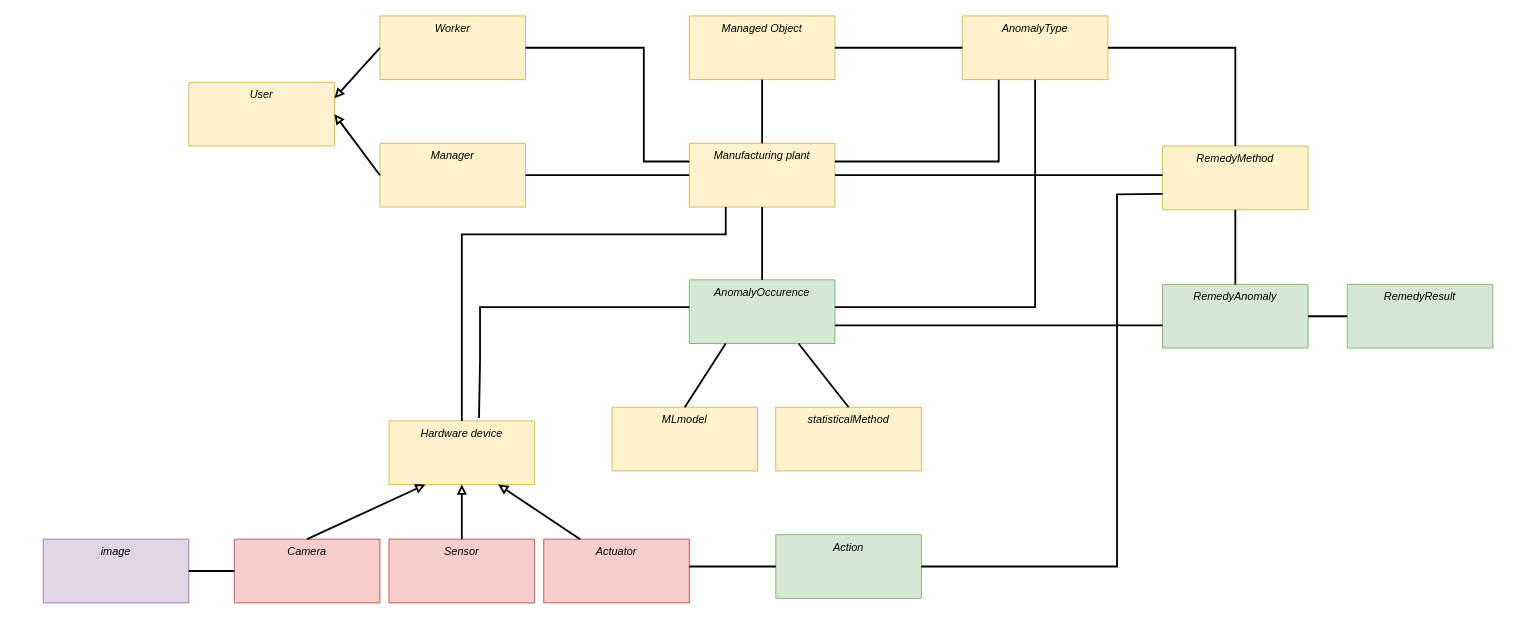
ShineSoYoung/TEST keeps this draw.io diagram as aa_classdiagram.drawio. Above is the earlier version. Source tidied: cells renumbered, new cells numbered last; positions are measured from the earlier drawing's top-left corner, leaving out a move shared by most shapes. Both pictures are drawn from the tidied source at 91%, with x=0, y=0 at pixel (43, 15).
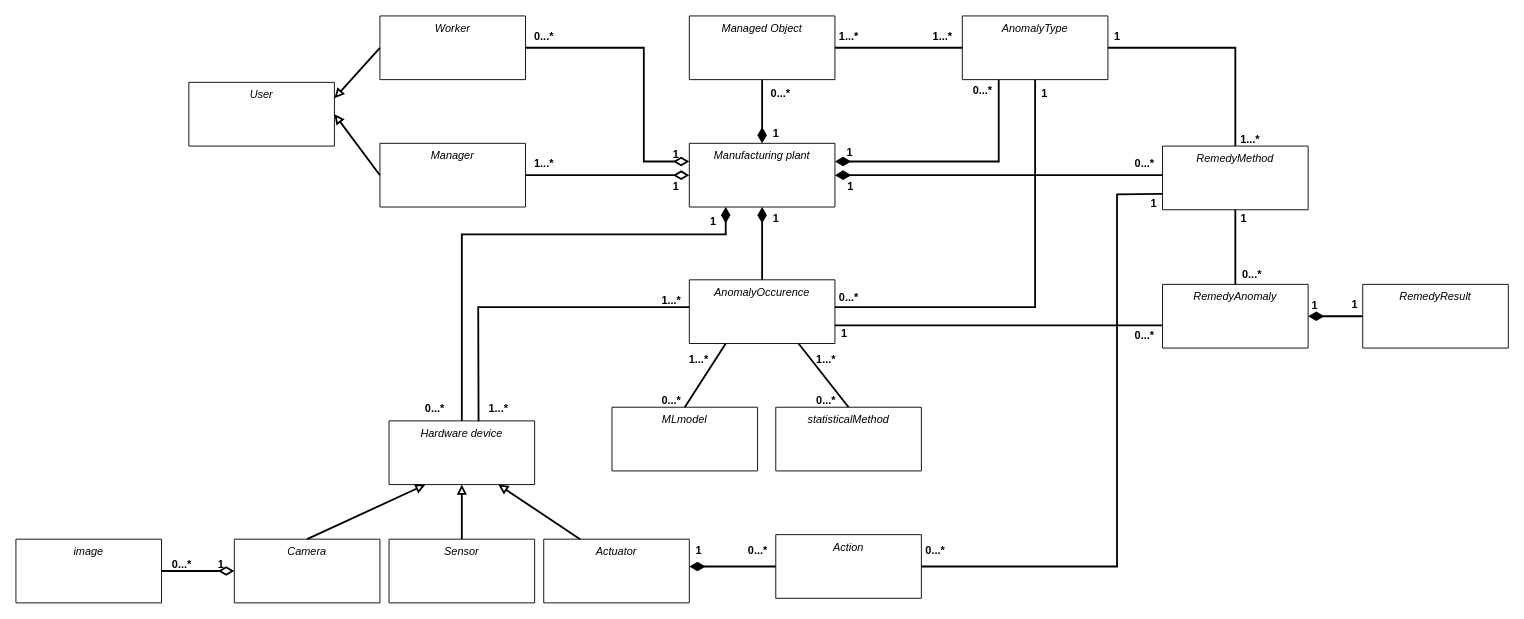
The same page after the edit.

What changed in the source:
```diff
@@
-    <mxCell id="2" value="Manufacturing plant" style="swimlane;fontStyle=2;align=center;verticalAlign=top;horizontal=1;startSize=70;rounded=0;shadow=0;strokeWidth=1;fillColor=#fff2cc;strokeColor=#d6b656;" parent="1" vertex="1">
+    <mxCell id="2" value="Manufacturing plant" style="swimlane;fontStyle=2;align=center;verticalAlign=top;horizontal=1;startSize=70;rounded=0;shadow=0;strokeWidth=1;" parent="1" vertex="1">
       <mxGeometry x="710" y="140" width="160" height="70" as="geometry" />
     </mxCell>
-    <mxCell id="3" value="Hardware device" style="swimlane;fontStyle=2;align=center;verticalAlign=top;horizontal=1;startSize=70;rounded=0;shadow=0;strokeWidth=1;fillColor=#fff2cc;strokeColor=#d6b656;" parent="1" vertex="1">
+    <mxCell id="3" value="Hardware device" style="swimlane;fontStyle=2;align=center;verticalAlign=top;horizontal=1;startSize=70;rounded=0;shadow=0;strokeWidth=1;" parent="1" vertex="1">
       <mxGeometry x="380" y="445" width="160" height="70" as="geometry" />
     </mxCell>
-    <mxCell id="4" value="Managed Object" style="swimlane;fontStyle=2;align=center;verticalAlign=top;horizontal=1;startSize=70;rounded=0;shadow=0;strokeWidth=1;fillColor=#fff2cc;strokeColor=#d6b656;" parent="1" vertex="1">
+    <mxCell id="4" value="Managed Object" style="swimlane;fontStyle=2;align=center;verticalAlign=top;horizontal=1;startSize=70;rounded=0;shadow=0;strokeWidth=1;" parent="1" vertex="1">
       <mxGeometry x="710" width="160" height="70" as="geometry" />
     </mxCell>
-    <mxCell id="5" value="Worker" style="swimlane;fontStyle=2;align=center;verticalAlign=top;horizontal=1;startSize=70;rounded=0;shadow=0;strokeWidth=1;fillColor=#fff2cc;strokeColor=#d6b656;" parent="1" vertex="1">
+    <mxCell id="5" value="Worker" style="swimlane;fontStyle=2;align=center;verticalAlign=top;horizontal=1;startSize=70;rounded=0;shadow=0;strokeWidth=1;" parent="1" vertex="1">
       <mxGeometry x="370" width="160" height="70" as="geometry" />
     </mxCell>
-    <mxCell id="6" value="Manager" style="swimlane;fontStyle=2;align=center;verticalAlign=top;horizontal=1;startSize=70;rounded=0;shadow=0;strokeWidth=1;fillColor=#fff2cc;strokeColor=#d6b656;" parent="1" vertex="1">
+    <mxCell id="6" value="Manager" style="swimlane;fontStyle=2;align=center;verticalAlign=top;horizontal=1;startSize=70;rounded=0;shadow=0;strokeWidth=1;" parent="1" vertex="1">
       <mxGeometry x="370" y="140" width="160" height="70" as="geometry" />
     </mxCell>
-    <mxCell id="7" value="AnomalyType" style="swimlane;fontStyle=2;align=center;verticalAlign=top;horizontal=1;startSize=70;rounded=0;shadow=0;strokeWidth=1;fillColor=#fff2cc;strokeColor=#d6b656;" parent="1" vertex="1">
+    <mxCell id="7" value="AnomalyType" style="swimlane;fontStyle=2;align=center;verticalAlign=top;horizontal=1;startSize=70;rounded=0;shadow=0;strokeWidth=1;" parent="1" vertex="1">
       <mxGeometry x="1010" width="160" height="70" as="geometry" />
     </mxCell>
-    <mxCell id="8" value="RemedyMethod" style="swimlane;fontStyle=2;align=center;verticalAlign=top;horizontal=1;startSize=70;rounded=0;shadow=0;strokeWidth=1;fillColor=#fff2cc;strokeColor=#d6b656;" parent="1" vertex="1">
+    <mxCell id="8" value="RemedyMethod" style="swimlane;fontStyle=2;align=center;verticalAlign=top;horizontal=1;startSize=70;rounded=0;shadow=0;strokeWidth=1;" parent="1" vertex="1">
       <mxGeometry x="1230" y="143" width="160" height="70" as="geometry" />
     </mxCell>
-    <mxCell id="9" value="AnomalyOccurence" style="swimlane;fontStyle=2;align=center;verticalAlign=top;horizontal=1;startSize=70;rounded=0;shadow=0;strokeWidth=1;fillColor=#d5e8d4;strokeColor=#82b366;" parent="1" vertex="1">
+    <mxCell id="9" value="AnomalyOccurence" style="swimlane;fontStyle=2;align=center;verticalAlign=top;horizontal=1;startSize=70;rounded=0;shadow=0;strokeWidth=1;" parent="1" vertex="1">
       <mxGeometry x="710" y="290" width="160" height="70" as="geometry" />
     </mxCell>
-    <mxCell id="10" value="Camera" style="swimlane;fontStyle=2;align=center;verticalAlign=top;horizontal=1;startSize=70;rounded=0;shadow=0;strokeWidth=1;fillColor=#f8cecc;strokeColor=#b85450;" parent="1" vertex="1">
+    <mxCell id="10" value="Camera" style="swimlane;fontStyle=2;align=center;verticalAlign=top;horizontal=1;startSize=70;rounded=0;shadow=0;strokeWidth=1;" parent="1" vertex="1">
       <mxGeometry x="210" y="575" width="160" height="70" as="geometry" />
     </mxCell>
-    <mxCell id="11" value="Sensor" style="swimlane;fontStyle=2;align=center;verticalAlign=top;horizontal=1;startSize=70;rounded=0;shadow=0;strokeWidth=1;fillColor=#f8cecc;strokeColor=#b85450;" parent="1" vertex="1">
+    <mxCell id="11" value="Sensor" style="swimlane;fontStyle=2;align=center;verticalAlign=top;horizontal=1;startSize=70;rounded=0;shadow=0;strokeWidth=1;" parent="1" vertex="1">
       <mxGeometry x="380" y="575" width="160" height="70" as="geometry" />
     </mxCell>
-    <mxCell id="12" value="Actuator" style="swimlane;fontStyle=2;align=center;verticalAlign=top;horizontal=1;startSize=70;rounded=0;shadow=0;strokeWidth=1;fillColor=#f8cecc;strokeColor=#b85450;" parent="1" vertex="1">
+    <mxCell id="12" value="Actuator" style="swimlane;fontStyle=2;align=center;verticalAlign=top;horizontal=1;startSize=70;rounded=0;shadow=0;strokeWidth=1;" parent="1" vertex="1">
       <mxGeometry x="550" y="575" width="160" height="70" as="geometry" />
     </mxCell>
-    <mxCell id="13" value="RemedyAnomaly" style="swimlane;fontStyle=2;align=center;verticalAlign=top;horizontal=1;startSize=70;rounded=0;shadow=0;strokeWidth=1;fillColor=#d5e8d4;strokeColor=#82b366;" parent="1" vertex="1">
+    <mxCell id="13" value="RemedyAnomaly" style="swimlane;fontStyle=2;align=center;verticalAlign=top;horizontal=1;startSize=70;rounded=0;shadow=0;strokeWidth=1;" parent="1" vertex="1">
       <mxGeometry x="1230" y="295" width="160" height="70" as="geometry" />
     </mxCell>
-    <mxCell id="14" value="RemedyResult" style="swimlane;fontStyle=2;align=center;verticalAlign=top;horizontal=1;startSize=70;rounded=0;shadow=0;strokeWidth=1;fillColor=#d5e8d4;strokeColor=#82b366;" parent="1" vertex="1">
-      <mxGeometry x="1433" y="295" width="160" height="70" as="geometry" />
+    <mxCell id="14" value="RemedyResult" style="swimlane;fontStyle=2;align=center;verticalAlign=top;horizontal=1;startSize=70;rounded=0;shadow=0;strokeWidth=1;" parent="1" vertex="1">
+      <mxGeometry x="1450" y="295" width="160" height="70" as="geometry" />
     </mxCell>
@@
-    <mxCell id="18" value="statisticalMethod" style="swimlane;fontStyle=2;align=center;verticalAlign=top;horizontal=1;startSize=70;rounded=0;shadow=0;strokeWidth=1;fillColor=#fff2cc;strokeColor=#d6b656;" parent="1" vertex="1">
+    <mxCell id="18" value="statisticalMethod" style="swimlane;fontStyle=2;align=center;verticalAlign=top;horizontal=1;startSize=70;rounded=0;shadow=0;strokeWidth=1;" parent="1" vertex="1">
       <mxGeometry x="805" y="430" width="160" height="70" as="geometry" />
     </mxCell>
-    <mxCell id="19" style="endArrow=none;html=1;rounded=0;entryX=0.25;entryY=1;entryDx=0;entryDy=0;strokeWidth=2;" parent="1" edge="1" source="3" target="2">
+    <mxCell id="19" style="endArrow=diamondThin;html=1;rounded=0;entryX=0.25;entryY=1;entryDx=0;entryDy=0;strokeWidth=2;endFill=1;endSize=12;" parent="1" edge="1" source="3" target="2">
       <mxGeometry relative="1" as="geometry">
         <Array as="points">
           <mxPoint x="460" y="240" />
           <mxPoint x="750" y="240" />
         </Array>
       </mxGeometry>
     </mxCell>
-    <mxCell id="20" style="endArrow=none;html=1;rounded=0;entryX=1;entryY=0.5;entryDx=0;entryDy=0;strokeWidth=2;" parent="1" edge="1" target="2">
+    <mxCell id="20" style="endArrow=diamondThin;html=1;rounded=0;entryX=1;entryY=0.5;entryDx=0;entryDy=0;strokeWidth=2;endFill=1;endSize=12;" parent="1" edge="1" target="2">
       <mxGeometry relative="1" as="geometry">
         <mxPoint x="1230" y="175" as="sourcePoint" />
       </mxGeometry>
     </mxCell>
@@
-    <mxCell id="22" style="endArrow=none;html=1;rounded=0;entryX=1;entryY=0.5;entryDx=0;entryDy=0;strokeWidth=2;" parent="1" edge="1" target="5">
+    <mxCell id="22" style="endArrow=none;html=1;rounded=0;entryX=1;entryY=0.5;entryDx=0;entryDy=0;strokeWidth=2;startArrow=diamondThin;startFill=0;startSize=12;" parent="1" edge="1" target="5">
       <mxGeometry relative="1" as="geometry">
         <mxPoint x="710" y="160" as="sourcePoint" />
         <Array as="points">
           <mxPoint x="660" y="160" />
           <mxPoint x="660" y="35" />
         </Array>
       </mxGeometry>
     </mxCell>
-    <mxCell id="23" style="endArrow=none;html=1;rounded=0;strokeWidth=2;exitX=0.618;exitY=-0.044;exitDx=0;exitDy=0;exitPerimeter=0;" parent="1" edge="1" source="3">
+    <mxCell id="23" style="endArrow=none;html=1;rounded=0;strokeWidth=2;exitX=0.615;exitY=0.005;exitDx=0;exitDy=0;exitPerimeter=0;" parent="1" edge="1" source="3">
       <mxGeometry relative="1" as="geometry">
         <mxPoint x="710" y="320" as="targetPoint" />
         <Array as="points">
-          <mxPoint x="480" y="380" />
-          <mxPoint x="480" y="320" />
+          <mxPoint x="478" y="320" />
         </Array>
       </mxGeometry>
     </mxCell>
@@
-    <mxCell id="25" style="endArrow=none;html=1;rounded=0;entryX=0;entryY=0.5;entryDx=0;entryDy=0;strokeWidth=2;exitX=1;exitY=0.5;exitDx=0;exitDy=0;" parent="1" edge="1" source="13" target="14">
+    <mxCell id="25" style="endArrow=none;html=1;rounded=0;entryX=0;entryY=0.5;entryDx=0;entryDy=0;strokeWidth=2;exitX=1;exitY=0.5;exitDx=0;exitDy=0;startArrow=diamondThin;startFill=1;endSize=12;startSize=12;" parent="1" edge="1" source="13" target="14">
       <mxGeometry relative="1" as="geometry" />
     </mxCell>
-    <mxCell id="26" style="endArrow=none;html=1;rounded=0;strokeWidth=2;entryX=0.25;entryY=1;entryDx=0;entryDy=0;" parent="1" edge="1" target="7">
+    <mxCell id="26" style="endArrow=none;html=1;rounded=0;strokeWidth=2;entryX=0.25;entryY=1;entryDx=0;entryDy=0;endFill=0;endSize=12;startArrow=diamondThin;startFill=1;startSize=12;" parent="1" edge="1" target="7">
       <mxGeometry relative="1" as="geometry">
         <mxPoint x="870" y="160" as="sourcePoint" />
         <Array as="points">
           <mxPoint x="1050" y="160" />
         </Array>
       </mxGeometry>
     </mxCell>
@@
-    <mxCell id="29" style="endArrow=none;html=1;rounded=0;strokeWidth=2;exitX=0.5;exitY=1;exitDx=0;exitDy=0;entryX=0.5;entryY=0;entryDx=0;entryDy=0;" parent="1" edge="1" source="4" target="2">
+    <mxCell id="29" style="endArrow=diamondThin;html=1;rounded=0;strokeWidth=2;exitX=0.5;exitY=1;exitDx=0;exitDy=0;entryX=0.5;entryY=0;entryDx=0;entryDy=0;endFill=1;endSize=12;" parent="1" edge="1" source="4" target="2">
       <mxGeometry relative="1" as="geometry">
         <Array as="points">
           <mxPoint x="790" y="130" />
         </Array>
       </mxGeometry>
     </mxCell>
-    <mxCell id="30" style="endArrow=none;html=1;rounded=0;entryX=1;entryY=0.5;entryDx=0;entryDy=0;strokeWidth=2;exitX=0;exitY=0.5;exitDx=0;exitDy=0;" parent="1" edge="1" source="2" target="6">
+    <mxCell id="30" style="endArrow=none;html=1;rounded=0;entryX=1;entryY=0.5;entryDx=0;entryDy=0;strokeWidth=2;exitX=0;exitY=0.5;exitDx=0;exitDy=0;endFill=0;startArrow=diamondThin;startFill=0;endSize=12;startSize=12;" parent="1" edge="1" source="2" target="6">
       <mxGeometry relative="1" as="geometry" />
     </mxCell>
-    <mxCell id="31" value="MLmodel" style="swimlane;fontStyle=2;align=center;verticalAlign=top;horizontal=1;startSize=70;rounded=0;shadow=0;strokeWidth=1;fillColor=#fff2cc;strokeColor=#d6b656;" parent="1" vertex="1">
+    <mxCell id="31" value="MLmodel" style="swimlane;fontStyle=2;align=center;verticalAlign=top;horizontal=1;startSize=70;rounded=0;shadow=0;strokeWidth=1;" parent="1" vertex="1">
       <mxGeometry x="625" y="430" width="160" height="70" as="geometry" />
     </mxCell>
@@
-    <mxCell id="33" style="endArrow=none;html=1;rounded=0;strokeWidth=2;entryX=0.5;entryY=0;entryDx=0;entryDy=0;" parent="1" edge="1" source="2" target="9">
+    <mxCell id="33" style="endArrow=none;html=1;rounded=0;strokeWidth=2;entryX=0.5;entryY=0;entryDx=0;entryDy=0;endFill=0;startArrow=diamondThin;startFill=1;startSize=12;" parent="1" edge="1" source="2" target="9">
       <mxGeometry relative="1" as="geometry" />
     </mxCell>
@@
-    <mxCell id="35" value="User" style="swimlane;fontStyle=2;align=center;verticalAlign=top;horizontal=1;startSize=70;rounded=0;shadow=0;strokeWidth=1;fillColor=#fff2cc;strokeColor=#d6b656;" parent="1" vertex="1">
+    <mxCell id="35" value="User" style="swimlane;fontStyle=2;align=center;verticalAlign=top;horizontal=1;startSize=70;rounded=0;shadow=0;strokeWidth=1;" parent="1" vertex="1">
       <mxGeometry x="160" y="73" width="160" height="70" as="geometry" />
     </mxCell>
@@
-    <mxCell id="39" value="image" style="swimlane;fontStyle=2;align=center;verticalAlign=top;horizontal=1;startSize=70;rounded=0;shadow=0;strokeWidth=1;fillColor=#e1d5e7;strokeColor=#9673a6;" parent="1" vertex="1">
-      <mxGeometry y="575" width="160" height="70" as="geometry" />
+    <mxCell id="39" value="image" style="swimlane;fontStyle=2;align=center;verticalAlign=top;horizontal=1;startSize=70;rounded=0;shadow=0;strokeWidth=1;" parent="1" vertex="1">
+      <mxGeometry x="-30" y="575" width="160" height="70" as="geometry" />
     </mxCell>
-    <mxCell id="40" style="endArrow=none;html=1;rounded=0;strokeWidth=2;exitX=1;exitY=0.5;exitDx=0;exitDy=0;entryX=0;entryY=0.5;entryDx=0;entryDy=0;" parent="1" edge="1" source="39" target="10">
+    <mxCell id="40" style="endArrow=diamondThin;html=1;rounded=0;strokeWidth=2;exitX=1;exitY=0.5;exitDx=0;exitDy=0;entryX=0;entryY=0.5;entryDx=0;entryDy=0;endFill=0;endSize=12;" parent="1" edge="1" source="39" target="10">
       <mxGeometry relative="1" as="geometry" />
     </mxCell>
-    <mxCell id="41" value="Action" style="swimlane;fontStyle=2;align=center;verticalAlign=top;horizontal=1;startSize=70;rounded=0;shadow=0;strokeWidth=1;fillColor=#d5e8d4;strokeColor=#82b366;" parent="1" vertex="1">
+    <mxCell id="41" value="Action" style="swimlane;fontStyle=2;align=center;verticalAlign=top;horizontal=1;startSize=70;rounded=0;shadow=0;strokeWidth=1;" parent="1" vertex="1">
       <mxGeometry x="805" y="570" width="160" height="70" as="geometry" />
     </mxCell>
-    <mxCell id="42" style="endArrow=none;html=1;rounded=0;strokeWidth=2;entryX=0;entryY=0.5;entryDx=0;entryDy=0;" parent="1" edge="1" target="41">
+    <mxCell id="42" style="endArrow=none;html=1;rounded=0;strokeWidth=2;entryX=0;entryY=0.5;entryDx=0;entryDy=0;startArrow=diamondThin;startFill=1;endSize=12;startSize=12;" parent="1" edge="1" target="41">
       <mxGeometry relative="1" as="geometry">
         <mxPoint x="710" y="605" as="sourcePoint" />
         <Array as="points">
           <mxPoint x="780" y="605" />
         </Array>
       </mxGeometry>
     </mxCell>
@@
+    <mxCell id="44" value="0...*" style="text;align=center;fontStyle=1;verticalAlign=middle;spacingLeft=3;spacingRight=3;html=1;" parent="1" vertex="1">
+      <mxGeometry x="390" y="419" width="80" height="26" as="geometry" />
+    </mxCell>
+    <mxCell id="45" value="1" style="text;align=center;fontStyle=1;verticalAlign=middle;spacingLeft=3;spacingRight=3;html=1;" parent="1" vertex="1">
+      <mxGeometry x="721" y="213" width="30" height="26" as="geometry" />
+    </mxCell>
+    <mxCell id="46" value="1...*" style="text;align=center;fontStyle=1;verticalAlign=middle;spacingLeft=3;spacingRight=3;html=1;" parent="1" vertex="1">
+      <mxGeometry x="460" y="419" width="80" height="26" as="geometry" />
+    </mxCell>
+    <mxCell id="47" value="1...*" style="text;align=center;fontStyle=1;verticalAlign=middle;spacingLeft=3;spacingRight=3;html=1;" parent="1" vertex="1">
+      <mxGeometry x="650" y="300" width="80" height="26" as="geometry" />
+    </mxCell>
+    <mxCell id="48" value="0...*" style="text;align=center;fontStyle=1;verticalAlign=middle;spacingLeft=3;spacingRight=3;html=1;" parent="1" vertex="1">
+      <mxGeometry x="650" y="410" width="80" height="26" as="geometry" />
+    </mxCell>
+    <mxCell id="49" value="0...*" style="text;align=center;fontStyle=1;verticalAlign=middle;spacingLeft=3;spacingRight=3;html=1;" parent="1" vertex="1">
+      <mxGeometry x="820" y="410" width="80" height="26" as="geometry" />
+    </mxCell>
+    <mxCell id="50" value="1...*" style="text;align=center;fontStyle=1;verticalAlign=middle;spacingLeft=3;spacingRight=3;html=1;" parent="1" vertex="1">
+      <mxGeometry x="680" y="365" width="80" height="26" as="geometry" />
+    </mxCell>
+    <mxCell id="51" value="1...*" style="text;align=center;fontStyle=1;verticalAlign=middle;spacingLeft=3;spacingRight=3;html=1;" parent="1" vertex="1">
+      <mxGeometry x="820" y="365" width="80" height="26" as="geometry" />
+    </mxCell>
+    <mxCell id="52" value="0...*" style="text;align=center;fontStyle=1;verticalAlign=middle;spacingLeft=3;spacingRight=3;html=1;" parent="1" vertex="1">
+      <mxGeometry x="130" y="590" width="44" height="26" as="geometry" />
+    </mxCell>
+    <mxCell id="53" value="1" style="text;align=center;fontStyle=1;verticalAlign=middle;spacingLeft=3;spacingRight=3;html=1;" parent="1" vertex="1">
+      <mxGeometry x="180" y="590" width="30" height="26" as="geometry" />
+    </mxCell>
+    <mxCell id="54" value="1" style="text;align=center;fontStyle=1;verticalAlign=middle;spacingLeft=3;spacingRight=3;html=1;" parent="1" vertex="1">
+      <mxGeometry x="700" y="575" width="40" height="26" as="geometry" />
+    </mxCell>
+    <mxCell id="55" value="0...*" style="text;align=center;fontStyle=1;verticalAlign=middle;spacingLeft=3;spacingRight=3;html=1;" parent="1" vertex="1">
+      <mxGeometry x="765" y="575" width="40" height="26" as="geometry" />
+    </mxCell>
+    <mxCell id="56" value="0...*" style="text;align=center;fontStyle=1;verticalAlign=middle;spacingLeft=3;spacingRight=3;html=1;" parent="1" vertex="1">
+      <mxGeometry x="960" y="575" width="40" height="26" as="geometry" />
+    </mxCell>
+    <mxCell id="57" value="1" style="text;align=center;fontStyle=1;verticalAlign=middle;spacingLeft=3;spacingRight=3;html=1;" parent="1" vertex="1">
+      <mxGeometry x="1200" y="193" width="40" height="26" as="geometry" />
+    </mxCell>
+    <mxCell id="58" value="1" style="text;align=center;fontStyle=1;verticalAlign=middle;spacingLeft=3;spacingRight=3;html=1;" parent="1" vertex="1">
+      <mxGeometry x="860" y="336" width="40" height="26" as="geometry" />
+    </mxCell>
+    <mxCell id="59" value="0...*" style="text;align=center;fontStyle=1;verticalAlign=middle;spacingLeft=3;spacingRight=3;html=1;" parent="1" vertex="1">
+      <mxGeometry x="1190" y="339" width="40" height="26" as="geometry" />
+    </mxCell>
+    <mxCell id="60" value="1" style="text;align=center;fontStyle=1;verticalAlign=middle;spacingLeft=3;spacingRight=3;html=1;" parent="1" vertex="1">
+      <mxGeometry x="1299" y="210" width="40" height="26" as="geometry" />
+    </mxCell>
+    <mxCell id="61" value="0...*" style="text;align=center;fontStyle=1;verticalAlign=middle;spacingLeft=3;spacingRight=3;html=1;" parent="1" vertex="1">
+      <mxGeometry x="1308" y="271" width="40" height="26" as="geometry" />
+    </mxCell>
+    <mxCell id="62" value="1" style="text;align=center;fontStyle=1;verticalAlign=middle;spacingLeft=3;spacingRight=3;html=1;" parent="1" vertex="1">
+      <mxGeometry x="1387" y="306" width="20" height="26" as="geometry" />
+    </mxCell>
+    <mxCell id="63" value="1" style="text;align=center;fontStyle=1;verticalAlign=middle;spacingLeft=3;spacingRight=3;html=1;" parent="1" vertex="1">
+      <mxGeometry x="1426" y="305" width="29" height="26" as="geometry" />
+    </mxCell>
+    <mxCell id="64" value="1" style="text;align=center;fontStyle=1;verticalAlign=middle;spacingLeft=3;spacingRight=3;html=1;" parent="1" vertex="1">
+      <mxGeometry x="1080" y="73" width="40" height="26" as="geometry" />
+    </mxCell>
+    <mxCell id="65" value="0...*" style="text;align=center;fontStyle=1;verticalAlign=middle;spacingLeft=3;spacingRight=3;html=1;" parent="1" vertex="1">
+      <mxGeometry x="845" y="297" width="80" height="26" as="geometry" />
+    </mxCell>
+    <mxCell id="66" value="1" style="text;align=center;fontStyle=1;verticalAlign=middle;spacingLeft=3;spacingRight=3;html=1;" parent="1" vertex="1">
+      <mxGeometry x="790" y="210" width="30" height="26" as="geometry" />
+    </mxCell>
+    <mxCell id="67" value="1" style="text;align=center;fontStyle=1;verticalAlign=middle;spacingLeft=3;spacingRight=3;html=1;" parent="1" vertex="1">
+      <mxGeometry x="872" y="175" width="30" height="26" as="geometry" />
+    </mxCell>
+    <mxCell id="68" value="1" style="text;align=center;fontStyle=1;verticalAlign=middle;spacingLeft=3;spacingRight=3;html=1;" parent="1" vertex="1">
+      <mxGeometry x="790" y="117" width="30" height="26" as="geometry" />
+    </mxCell>
+    <mxCell id="69" value="1" style="text;align=center;fontStyle=1;verticalAlign=middle;spacingLeft=3;spacingRight=3;html=1;" parent="1" vertex="1">
+      <mxGeometry x="680" y="175" width="30" height="26" as="geometry" />
+    </mxCell>
+    <mxCell id="70" value="1" style="text;align=center;fontStyle=1;verticalAlign=middle;spacingLeft=3;spacingRight=3;html=1;" parent="1" vertex="1">
+      <mxGeometry x="680" y="140" width="30" height="26" as="geometry" />
+    </mxCell>
+    <mxCell id="71" value="1" style="text;align=center;fontStyle=1;verticalAlign=middle;spacingLeft=3;spacingRight=3;html=1;" parent="1" vertex="1">
+      <mxGeometry x="871" y="137" width="30" height="26" as="geometry" />
+    </mxCell>
+    <mxCell id="72" value="1...*" style="text;align=center;fontStyle=1;verticalAlign=middle;spacingLeft=3;spacingRight=3;html=1;" parent="1" vertex="1">
+      <mxGeometry x="510" y="149" width="80" height="26" as="geometry" />
+    </mxCell>
+    <mxCell id="73" value="0...*" style="text;align=center;fontStyle=1;verticalAlign=middle;spacingLeft=3;spacingRight=3;html=1;" parent="1" vertex="1">
+      <mxGeometry x="510" y="10" width="80" height="26" as="geometry" />
+    </mxCell>
+    <mxCell id="74" value="0...*" style="text;align=center;fontStyle=1;verticalAlign=middle;spacingLeft=3;spacingRight=3;html=1;" parent="1" vertex="1">
+      <mxGeometry x="770" y="73" width="80" height="26" as="geometry" />
+    </mxCell>
+    <mxCell id="75" value="0...*" style="text;align=center;fontStyle=1;verticalAlign=middle;spacingLeft=3;spacingRight=3;html=1;" parent="1" vertex="1">
+      <mxGeometry x="992" y="69" width="80" height="26" as="geometry" />
+    </mxCell>
+    <mxCell id="76" value="1...*" style="text;align=center;fontStyle=1;verticalAlign=middle;spacingLeft=3;spacingRight=3;html=1;" parent="1" vertex="1">
+      <mxGeometry x="862.5" y="10" width="45" height="26" as="geometry" />
+    </mxCell>
+    <mxCell id="77" value="1...*" style="text;align=center;fontStyle=1;verticalAlign=middle;spacingLeft=3;spacingRight=3;html=1;" parent="1" vertex="1">
+      <mxGeometry x="965" y="10" width="45" height="26" as="geometry" />
+    </mxCell>
+    <mxCell id="78" value="0...*" style="text;align=center;fontStyle=1;verticalAlign=middle;spacingLeft=3;spacingRight=3;html=1;" parent="1" vertex="1">
+      <mxGeometry x="1190" y="149" width="40" height="26" as="geometry" />
+    </mxCell>
+    <mxCell id="79" value="1" style="text;align=center;fontStyle=1;verticalAlign=middle;spacingLeft=3;spacingRight=3;html=1;" parent="1" vertex="1">
+      <mxGeometry x="1160" y="10" width="40" height="26" as="geometry" />
+    </mxCell>
+    <mxCell id="80" value="1...*" style="text;align=center;fontStyle=1;verticalAlign=middle;spacingLeft=3;spacingRight=3;html=1;" parent="1" vertex="1">
+      <mxGeometry x="1303" y="123" width="45" height="26" as="geometry" />
+    </mxCell>
```
